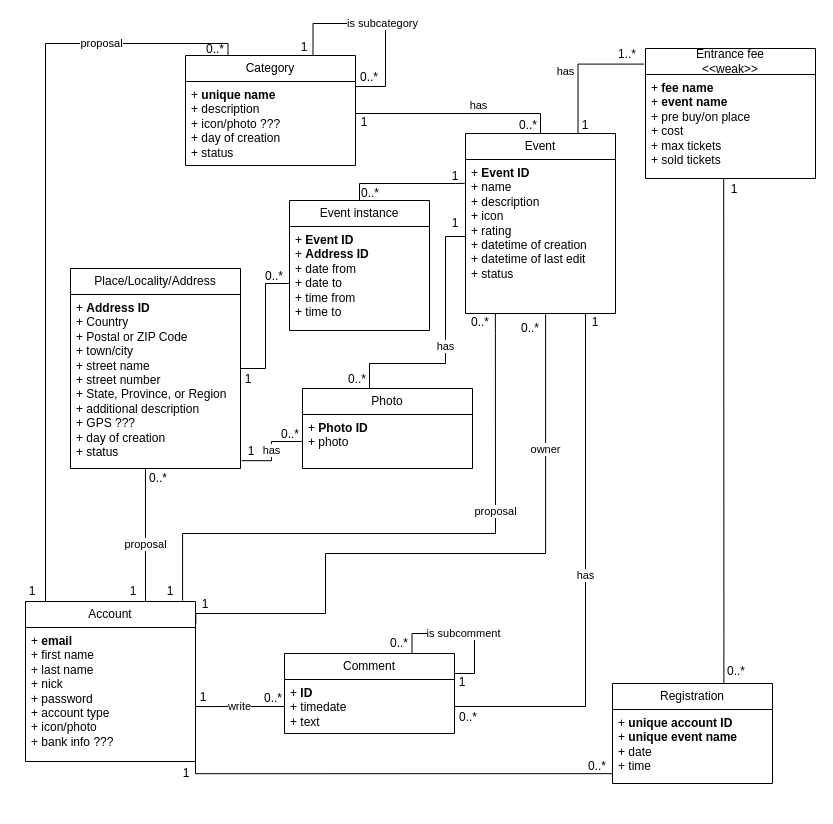
imiskii/IIS-EventManagerIS keeps this draw.io diagram as doc/diagrams/ER-EventManager.drawio. Above is the earlier version. Source tidied: cells renumbered, new cells numbered last; positions are measured from the earlier drawing's top-left corner, leaving out a move shared by most shapes. Both pictures are drawn from the tidied source at 100%, with x=0, y=0 at pixel (17, 23).
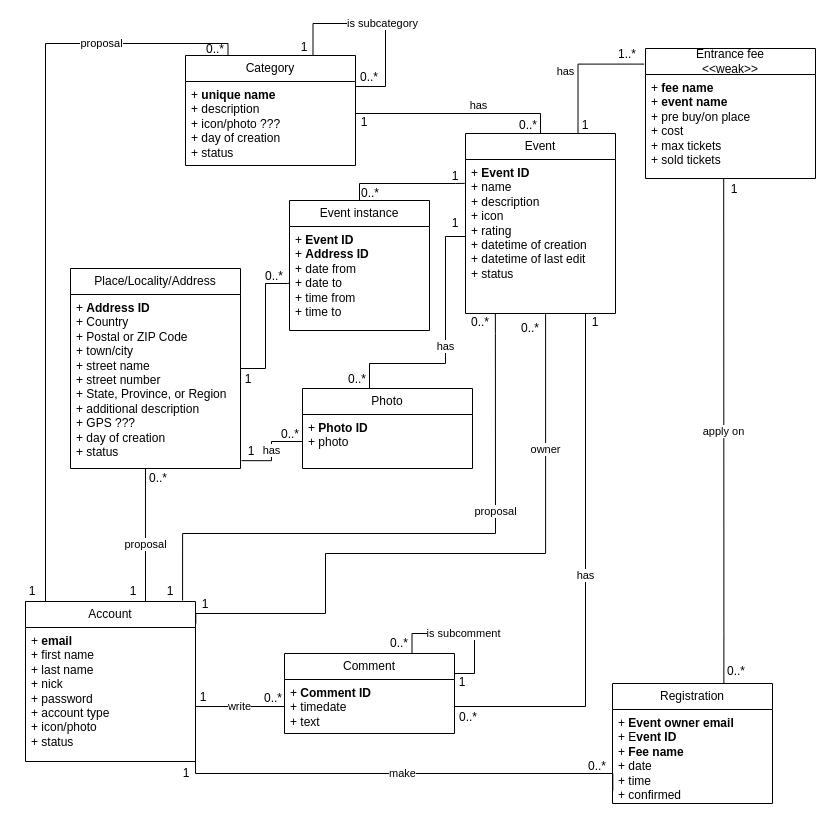
The same diagram, later.

The change refers to these unchanged cells:
```xml
<mxCell id="8" value="+ &lt;b&gt;fee name&lt;/b&gt;&lt;br&gt;+ &lt;b&gt;event name&lt;br&gt;&lt;/b&gt;+ pre buy/on place&lt;br&gt;+ cost&lt;br&gt;+ max tickets&lt;br&gt;+ sold tickets" style="text;strokeColor=none;fillColor=none;align=left;verticalAlign=top;spacingLeft=4;spacingRight=4;overflow=hidden;points=[[0,0.5],[1,0.5]];portConstraint=eastwest;whiteSpace=wrap;html=1;" parent="7" vertex="1">
  <mxGeometry y="26" width="170" height="104" as="geometry" />
</mxCell>
<mxCell id="16" value="Account" style="swimlane;fontStyle=0;horizontal=1;startSize=26;fillColor=none;whiteSpace=wrap;html=1;" parent="1" vertex="1">
  <mxGeometry x="8" y="578" width="170" height="160" as="geometry" />
</mxCell>
<mxCell id="39" value="Comment" style="swimlane;fontStyle=0;horizontal=1;startSize=26;fillColor=none;whiteSpace=wrap;html=1;" parent="1" vertex="1">
  <mxGeometry x="267" y="630" width="170" height="80" as="geometry" />
</mxCell>
```

What changed in the source:
```diff
@@
-    <mxCell id="17" value="+&amp;nbsp;&lt;b&gt;email&lt;/b&gt;&lt;br&gt;+ first name&lt;br&gt;+ last name&lt;br&gt;+ nick&lt;br&gt;+ password&lt;br&gt;+ account type&lt;br&gt;+ icon/photo&lt;br&gt;+ bank info ???" style="text;strokeColor=none;fillColor=none;align=left;verticalAlign=top;spacingLeft=4;spacingRight=4;overflow=hidden;points=[[0,0.5],[1,0.5]];portConstraint=eastwest;whiteSpace=wrap;html=1;" parent="16" vertex="1">
+    <mxCell id="17" value="+&amp;nbsp;&lt;b&gt;email&lt;/b&gt;&lt;br&gt;+ first name&lt;br&gt;+ last name&lt;br&gt;+ nick&lt;br&gt;+ password&lt;br&gt;+ account type&lt;br&gt;+ icon/photo&lt;br&gt;+ status" style="text;strokeColor=none;fillColor=none;align=left;verticalAlign=top;spacingLeft=4;spacingRight=4;overflow=hidden;points=[[0,0.5],[1,0.5]];portConstraint=eastwest;whiteSpace=wrap;html=1;" parent="16" vertex="1">
       <mxGeometry y="26" width="170" height="134" as="geometry" />
     </mxCell>
@@
-    <mxCell id="28" style="edgeStyle=orthogonalEdgeStyle;rounded=0;jettySize=auto;html=1;endArrow=none;endFill=0;entryX=0.46;entryY=1.003;entryDx=0;entryDy=0;entryPerimeter=0;exitX=0.696;exitY=-0.004;exitDx=0;exitDy=0;exitPerimeter=0;" parent="1" edge="1" source="29" target="8">
+    <mxCell id="28" value="apply on" style="edgeStyle=orthogonalEdgeStyle;rounded=0;jettySize=auto;html=1;endArrow=none;endFill=0;entryX=0.46;entryY=1.003;entryDx=0;entryDy=0;entryPerimeter=0;exitX=0.696;exitY=-0.004;exitDx=0;exitDy=0;exitPerimeter=0;" parent="1" edge="1" source="29" target="8">
       <mxGeometry relative="1" as="geometry">
         <Array as="points">
           <mxPoint x="706" y="610" />
         </Array>
       </mxGeometry>
     </mxCell>
     <mxCell id="29" value="Registration" style="swimlane;fontStyle=0;horizontal=1;startSize=26;fillColor=none;whiteSpace=wrap;html=1;" parent="1" vertex="1">
-      <mxGeometry x="595" y="660" width="160" height="100" as="geometry" />
+      <mxGeometry x="595" y="660" width="160" height="120" as="geometry" />
     </mxCell>
-    <mxCell id="30" value="+ &lt;b&gt;unique account ID&lt;br&gt;&lt;/b&gt;+ &lt;b&gt;unique event name&lt;/b&gt;&lt;br&gt;+ date&lt;br&gt;+ time" style="text;strokeColor=none;fillColor=none;align=left;verticalAlign=top;spacingLeft=4;spacingRight=4;overflow=hidden;points=[[0,0.5],[1,0.5]];portConstraint=eastwest;whiteSpace=wrap;html=1;" parent="29" vertex="1">
-      <mxGeometry y="26" width="160" height="74" as="geometry" />
+    <mxCell id="30" value="+ &lt;b&gt;Event owner email&lt;br&gt;&lt;/b&gt;+ E&lt;b&gt;vent ID&lt;br&gt;&lt;/b&gt;+ &lt;b&gt;Fee name&lt;/b&gt;&lt;br&gt;+ date&lt;br&gt;+ time&lt;br&gt;+ confirmed" style="text;strokeColor=none;fillColor=none;align=left;verticalAlign=top;spacingLeft=4;spacingRight=4;overflow=hidden;points=[[0,0.5],[1,0.5]];portConstraint=eastwest;whiteSpace=wrap;html=1;" parent="29" vertex="1">
+      <mxGeometry y="26" width="160" height="94" as="geometry" />
     </mxCell>
-    <mxCell id="31" style="edgeStyle=orthogonalEdgeStyle;rounded=0;jettySize=auto;html=1;exitX=1;exitY=0.5;exitDx=0;exitDy=0;endArrow=none;endFill=0;entryX=0.002;entryY=0.867;entryDx=0;entryDy=0;entryPerimeter=0;" parent="1" edge="1" source="17" target="30">
+    <mxCell id="31" value="make" style="edgeStyle=orthogonalEdgeStyle;rounded=0;jettySize=auto;html=1;endArrow=none;endFill=0;entryX=0.002;entryY=0.867;entryDx=0;entryDy=0;entryPerimeter=0;" parent="1" edge="1" target="30">
       <mxGeometry relative="1" as="geometry">
+        <mxPoint x="178" y="730" as="sourcePoint" />
         <Array as="points">
           <mxPoint x="178" y="750" />
         </Array>
       </mxGeometry>
     </mxCell>
@@
-    <mxCell id="40" value="+ &lt;b&gt;ID&lt;/b&gt;&lt;br&gt;+ timedate&lt;br&gt;+ text" style="text;strokeColor=none;fillColor=none;align=left;verticalAlign=top;spacingLeft=4;spacingRight=4;overflow=hidden;points=[[0,0.5],[1,0.5]];portConstraint=eastwest;whiteSpace=wrap;html=1;" parent="39" vertex="1">
+    <mxCell id="40" value="+ &lt;b&gt;Comment&lt;/b&gt;&amp;nbsp;&lt;b&gt;ID&lt;/b&gt;&lt;br&gt;+ timedate&lt;br&gt;+ text" style="text;strokeColor=none;fillColor=none;align=left;verticalAlign=top;spacingLeft=4;spacingRight=4;overflow=hidden;points=[[0,0.5],[1,0.5]];portConstraint=eastwest;whiteSpace=wrap;html=1;" parent="39" vertex="1">
       <mxGeometry y="26" width="170" height="54" as="geometry" />
     </mxCell>
```
